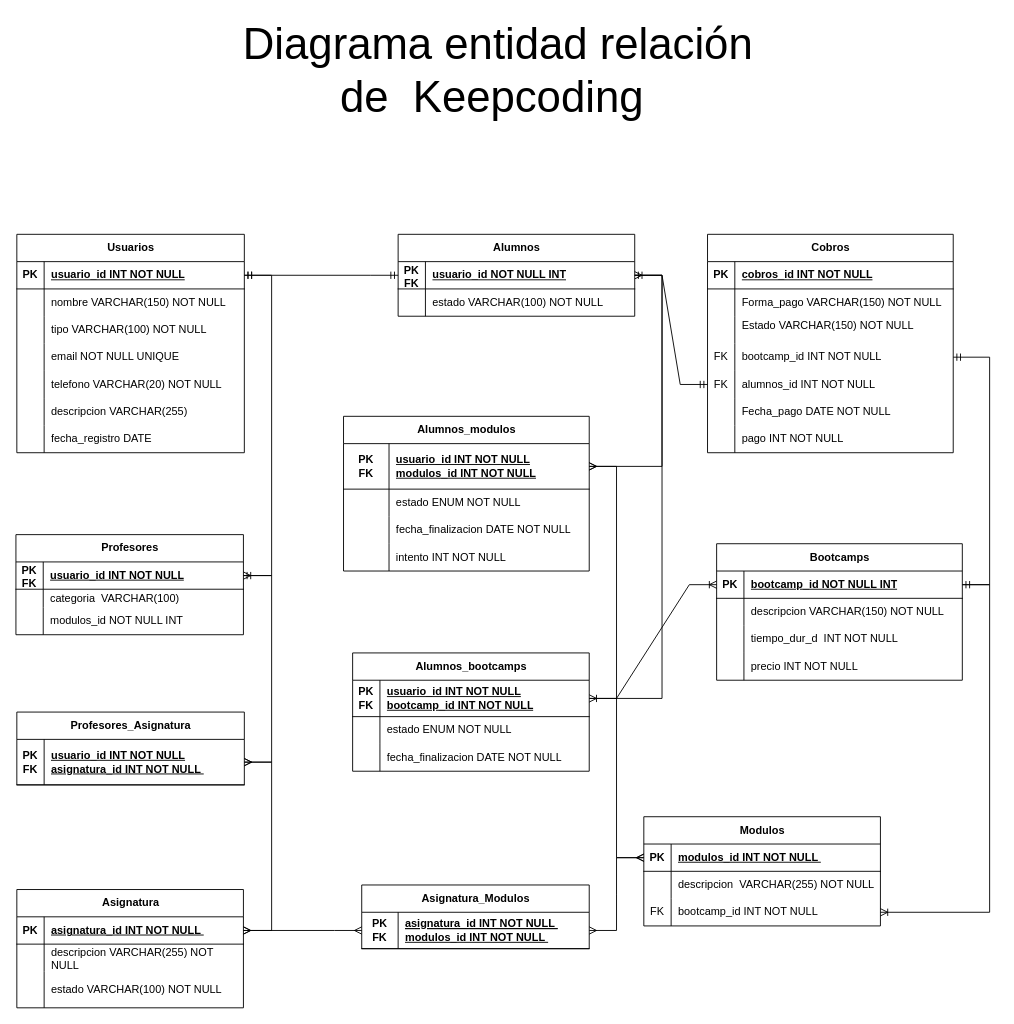
This is Diagrama_ERKeepCoding.drawio from NauziX/SQL_Advanced_Practice, a draw.io file, before an edit. Source tidied: cells renumbered, new cells numbered last; positions are measured from the earlier drawing's top-left corner, leaving out a move shared by most shapes. Both pictures are drawn from the tidied source at 91%, with x=0, y=0 at pixel (-248, 15).
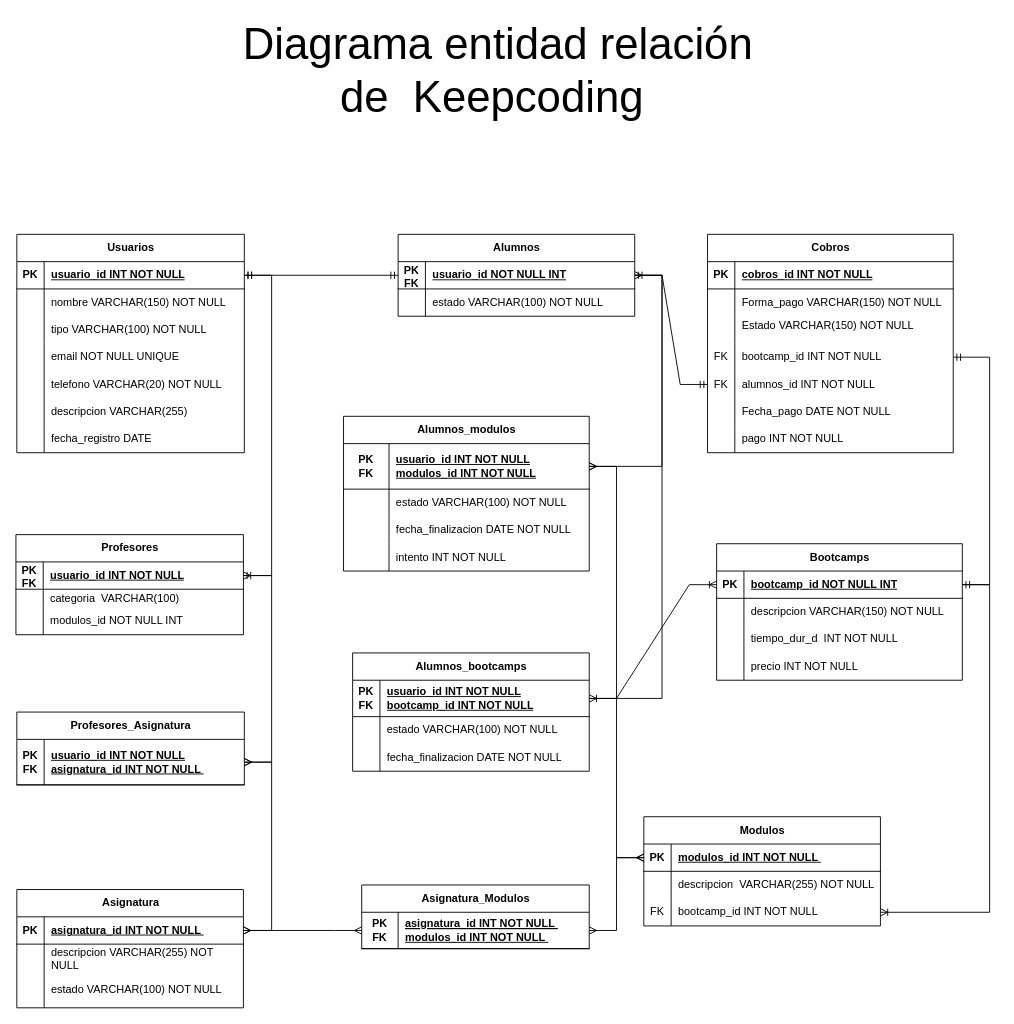
The same diagram, later.

Unchanged cells that the change refers to:
```xml
<mxCell id="76" style="shape=tableRow;horizontal=0;startSize=0;swimlaneHead=0;swimlaneBody=0;fillColor=none;top=0;left=0;right=0;bottom=0;" parent="72" vertex="1">
  <mxGeometry y="70" width="260" height="30" as="geometry" />
</mxCell>
<mxCell id="86" style="shape=tableRow;horizontal=0;startSize=0;swimlaneHead=0;swimlaneBody=0;fillColor=none;top=0;left=0;right=0;bottom=0;" parent="82" vertex="1">
  <mxGeometry y="80" width="270" height="30" as="geometry" />
</mxCell>
```

The edit, as a diff of the source:
```diff
@@
-    <mxCell id="78" value="estado ENUM NOT NULL" style="shape=partialRectangle;fillColor=none;top=0;left=0;bottom=0;right=0;align=left;spacingLeft=6;overflow=hidden;whiteSpace=wrap;html=1;" parent="76" vertex="1">
+    <mxCell id="78" value="estado VARCHAR(100)&amp;nbsp;NOT NULL" style="shape=partialRectangle;fillColor=none;top=0;left=0;bottom=0;right=0;align=left;spacingLeft=6;overflow=hidden;whiteSpace=wrap;html=1;" parent="76" vertex="1">
       <mxGeometry x="30" width="230" height="30" as="geometry" />
     </mxCell>
@@
-    <mxCell id="88" value="estado ENUM NOT NULL" style="shape=partialRectangle;fillColor=none;top=0;left=0;bottom=0;right=0;align=left;spacingLeft=6;overflow=hidden;whiteSpace=wrap;html=1;" parent="86" vertex="1">
+    <mxCell id="88" value="estado VARCHAR(100) NOT NULL" style="shape=partialRectangle;fillColor=none;top=0;left=0;bottom=0;right=0;align=left;spacingLeft=6;overflow=hidden;whiteSpace=wrap;html=1;" parent="86" vertex="1">
       <mxGeometry x="50" width="220" height="30" as="geometry" />
     </mxCell>
```
